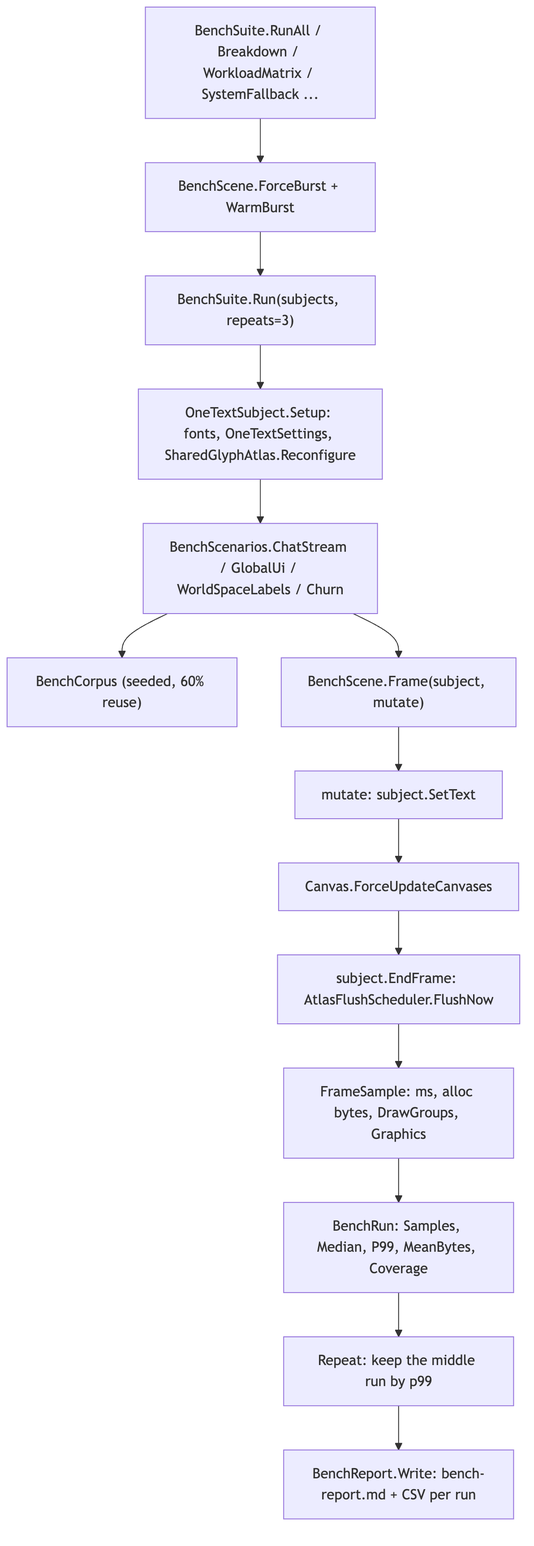
Above: Documentation~/Editor/Dev/diagrams/bench-flow.png in CodeOneLabs/OneText (Mermaid), before the change. Its source is kept beside it as Documentation~/Editor/Dev/diagrams/bench-flow.mmd.
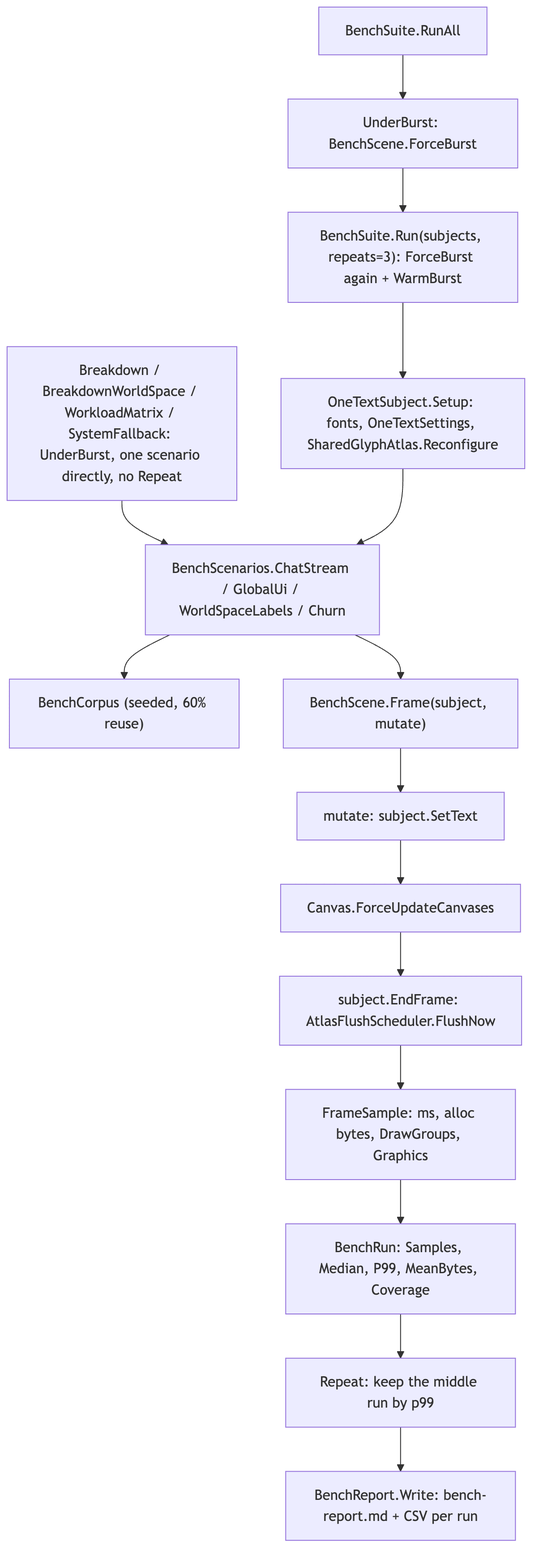
After the commit.

Change to the diagram source:
```diff
@@ -1,6 +1,7 @@
 flowchart TD
-    entry["BenchSuite.RunAll / Breakdown / WorkloadMatrix / SystemFallback ..."] --> burst["BenchScene.ForceBurst + WarmBurst"]
-    burst --> run["BenchSuite.Run(subjects, repeats=3)"]
+    entry["BenchSuite.RunAll"] --> burst["UnderBurst: BenchScene.ForceBurst"]
+    burst --> run["BenchSuite.Run(subjects, repeats=3): ForceBurst again + WarmBurst"]
+    others["Breakdown / BreakdownWorldSpace / WorkloadMatrix / SystemFallback: UnderBurst, one scenario directly, no Repeat"] --> scen
     run --> subj["OneTextSubject.Setup: fonts, OneTextSettings, SharedGlyphAtlas.Reconfigure"]
     subj --> scen["BenchScenarios.ChatStream / GlobalUi / WorldSpaceLabels / Churn"]
     scen --> corpus["BenchCorpus (seeded, 60% reuse)"]
```
